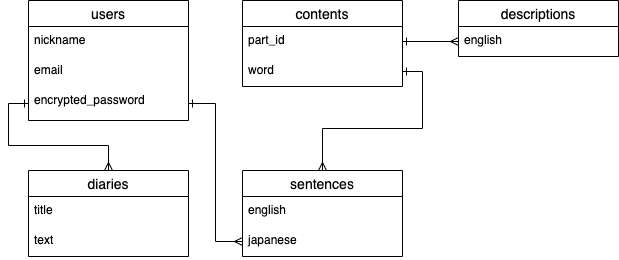
Earlier version of the draw.io export ER.drawio.png (Chukoto/wordstock). Source tidied: cells renumbered, new cells last; positions are measured from the earlier drawing's top-left corner, leaving out a move shared by most shapes.
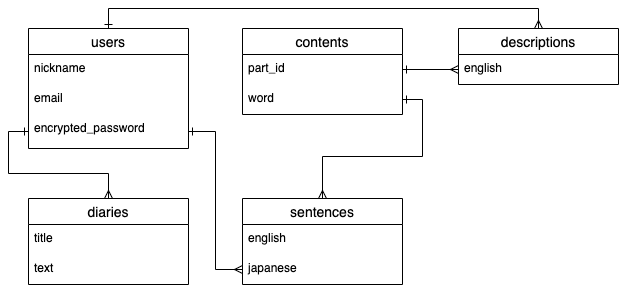
After the commit.

Commit message:
migrationにtextカラムの追加

What changed in the source:
```diff
@@ -2,6 +2,9 @@
   <root>
     <mxCell id="0" />
     <mxCell id="1" parent="0" />
+    <mxCell id="21" style="edgeStyle=orthogonalEdgeStyle;rounded=0;jettySize=auto;html=1;exitX=0.5;exitY=0;exitDx=0;exitDy=0;entryX=0.5;entryY=0;entryDx=0;entryDy=0;startArrow=ERone;startFill=0;endArrow=ERmany;endFill=0;" parent="1" edge="1" source="2" target="18">
+      <mxGeometry relative="1" as="geometry" />
+    </mxCell>
     <mxCell id="2" value="users" style="swimlane;fontStyle=0;horizontal=1;startSize=26;align=center;fontSize=14;" parent="1" vertex="1">
       <mxGeometry width="160" height="120" as="geometry" />
     </mxCell>
```
